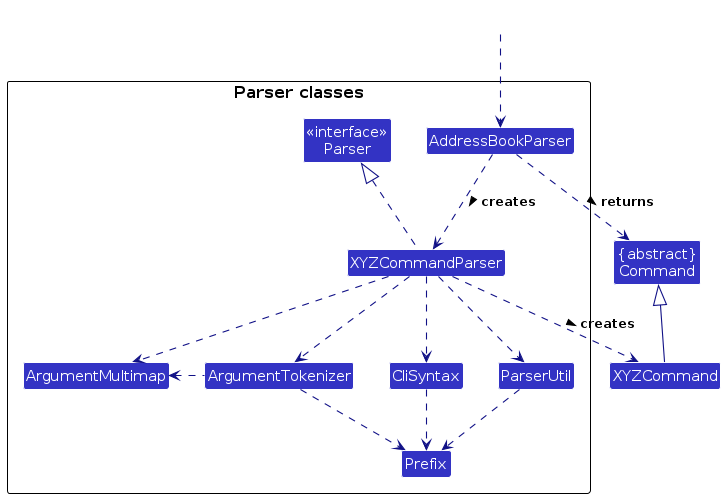
Earlier version of the PlantUML export diagrams/ParserClasses.png (ji-just-ji/tp). Its source is kept beside it as diagrams/ParserClasses.puml. The source it was exported from:
```plantuml
@startuml
!include style.puml
skinparam arrowThickness 1.1
skinparam arrowColor LOGIC_COLOR_T4
skinparam classBackgroundColor LOGIC_COLOR

Class "{abstract}\nCommand" as Command
Class XYZCommand

package "Parser classes"{
Class "<<interface>>\nParser" as Parser
Class AddressBookParser
Class XYZCommandParser
Class CliSyntax
Class ParserUtil
Class ArgumentMultimap
Class ArgumentTokenizer
Class Prefix
}

Class HiddenOutside #FFFFFF
HiddenOutside ..> AddressBookParser

AddressBookParser .down.> XYZCommandParser: creates >

XYZCommandParser ..> XYZCommand : creates >
AddressBookParser ..> Command : returns >
XYZCommandParser .up.|> Parser
XYZCommandParser ..> ArgumentMultimap
XYZCommandParser ..> ArgumentTokenizer
ArgumentTokenizer .left.> ArgumentMultimap
XYZCommandParser ..> CliSyntax
CliSyntax ..> Prefix
XYZCommandParser ..> ParserUtil
ParserUtil .down.> Prefix
ArgumentTokenizer .down.> Prefix
XYZCommand -up-|> Command
@enduml
```
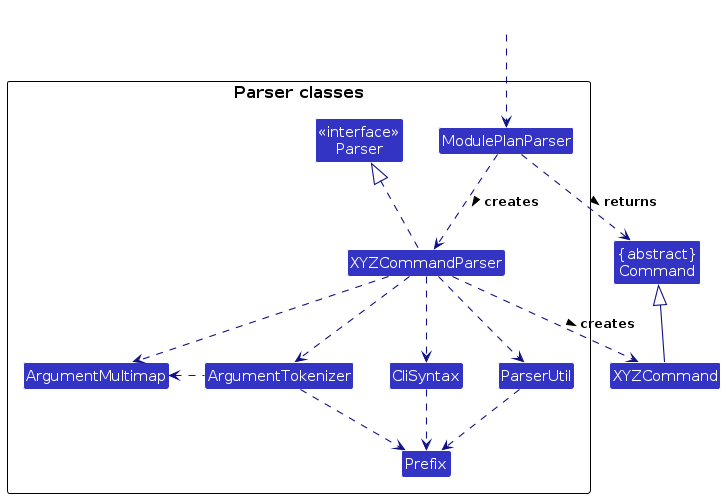
The same diagram one commit later.

Change to the diagram source:
```diff
@@ -9,7 +9,7 @@
 
 package "Parser classes"{
 Class "<<interface>>\nParser" as Parser
-Class AddressBookParser
+Class ModulePlanParser
 Class XYZCommandParser
 Class CliSyntax
 Class ParserUtil
@@ -19,12 +19,12 @@
 }
 
 Class HiddenOutside #FFFFFF
-HiddenOutside ..> AddressBookParser
+HiddenOutside ..> ModulePlanParser
 
-AddressBookParser .down.> XYZCommandParser: creates >
+ModulePlanParser .down.> XYZCommandParser: creates >
 
 XYZCommandParser ..> XYZCommand : creates >
-AddressBookParser ..> Command : returns >
+ModulePlanParser ..> Command : returns >
 XYZCommandParser .up.|> Parser
 XYZCommandParser ..> ArgumentMultimap
 XYZCommandParser ..> ArgumentTokenizer
```
